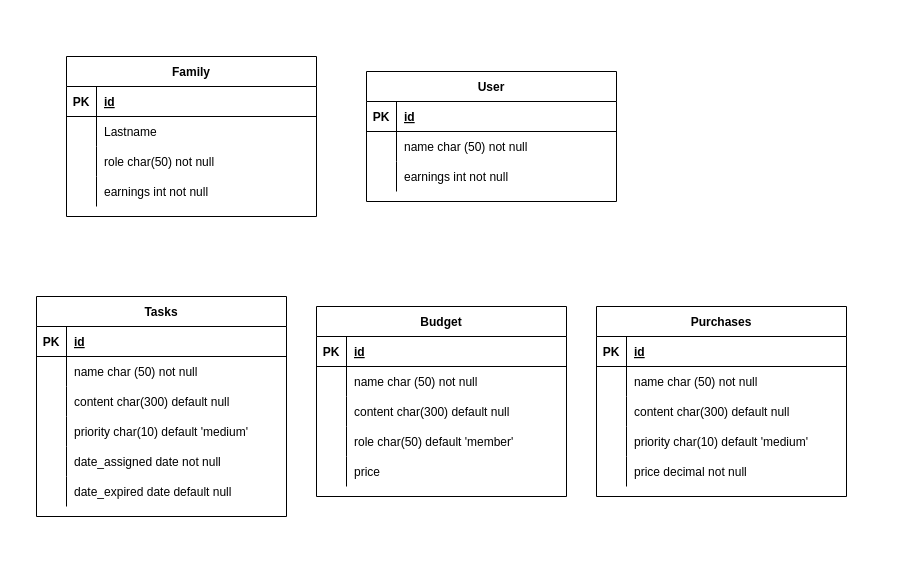
This is Schema.drawio from vittrum/todo, a draw.io file, before an edit. Source tidied: cells renumbered, new cells numbered last; positions are measured from the earlier drawing's top-left corner, leaving out a move shared by most shapes. Both pictures are drawn from the tidied source at 100%, with x=0, y=0 at pixel (36, 56).
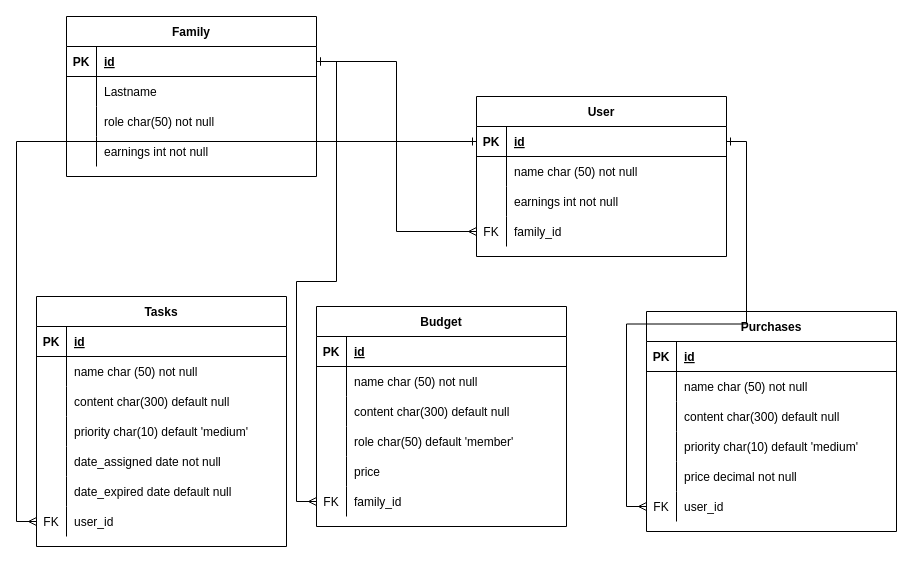
The same diagram, later.

Unchanged cells that the change refers to:
```xml
<mxCell id="54" style="shape=partialRectangle;fillColor=none;points=[[0,0.5],[1,0.5]];portConstraint=eastwest;top=0;left=0;right=0;bottom=1;" parent="53" vertex="1">
  <mxGeometry y="30" width="250" height="30" as="geometry" />
</mxCell>
<mxCell id="64" style="shape=partialRectangle;fillColor=none;points=[[0,0.5],[1,0.5]];portConstraint=eastwest;top=0;left=0;right=0;bottom=1;" parent="63" vertex="1">
  <mxGeometry y="30" width="250" height="30" as="geometry" />
</mxCell>
```

What changed in the source:
```diff
@@
     <mxCell id="2" value="Tasks" style="shape=table;startSize=30;childLayout=tableLayout;rowLines=0;fontStyle=1;align=center;" parent="1" vertex="1">
-      <mxGeometry y="240" width="250" height="220" as="geometry" />
+      <mxGeometry y="240" width="250" height="250" as="geometry" />
     </mxCell>
@@
+    <mxCell id="76" style="shape=partialRectangle;fillColor=none;points=[[0,0.5],[1,0.5]];portConstraint=eastwest;top=0;left=0;right=0;bottom=0;" parent="2" vertex="1">
+      <mxGeometry y="210" width="250" height="30" as="geometry" />
+    </mxCell>
+    <mxCell id="77" value="FK" style="shape=partialRectangle;overflow=hidden;fillColor=none;top=0;left=0;bottom=0;right=0;" parent="76" vertex="1">
+      <mxGeometry width="30" height="30" as="geometry" />
+    </mxCell>
+    <mxCell id="78" value="user_id " style="shape=partialRectangle;overflow=hidden;fillColor=none;top=0;left=0;bottom=0;right=0;align=left;spacingLeft=6;" parent="76" vertex="1">
+      <mxGeometry x="30" width="220" height="30" as="geometry" />
+    </mxCell>
     <mxCell id="21" value="Purchases" style="shape=table;startSize=30;childLayout=tableLayout;rowLines=0;fontStyle=1;align=center;" parent="1" vertex="1">
-      <mxGeometry x="560" y="250" width="250" height="190" as="geometry" />
+      <mxGeometry x="610" y="255" width="250" height="220" as="geometry" />
     </mxCell>
@@
+    <mxCell id="79" style="shape=partialRectangle;fillColor=none;points=[[0,0.5],[1,0.5]];portConstraint=eastwest;top=0;left=0;right=0;bottom=0;" parent="21" vertex="1">
+      <mxGeometry y="180" width="250" height="30" as="geometry" />
+    </mxCell>
+    <mxCell id="80" value="FK" style="shape=partialRectangle;overflow=hidden;fillColor=none;top=0;left=0;bottom=0;right=0;" parent="79" vertex="1">
+      <mxGeometry width="30" height="30" as="geometry" />
+    </mxCell>
+    <mxCell id="81" value="user_id" style="shape=partialRectangle;overflow=hidden;fillColor=none;top=0;left=0;bottom=0;right=0;align=left;spacingLeft=6;" parent="79" vertex="1">
+      <mxGeometry x="30" width="220" height="30" as="geometry" />
+    </mxCell>
     <mxCell id="37" value="Budget" style="shape=table;startSize=30;childLayout=tableLayout;rowLines=0;fontStyle=1;align=center;" parent="1" vertex="1">
-      <mxGeometry x="280" y="250" width="250" height="190" as="geometry" />
+      <mxGeometry x="280" y="250" width="250" height="220" as="geometry" />
     </mxCell>
@@
+    <mxCell id="82" style="shape=partialRectangle;fillColor=none;points=[[0,0.5],[1,0.5]];portConstraint=eastwest;top=0;left=0;right=0;bottom=0;" parent="37" vertex="1">
+      <mxGeometry y="180" width="250" height="30" as="geometry" />
+    </mxCell>
+    <mxCell id="83" value="FK" style="shape=partialRectangle;overflow=hidden;fillColor=none;top=0;left=0;bottom=0;right=0;" parent="82" vertex="1">
+      <mxGeometry width="30" height="30" as="geometry" />
+    </mxCell>
+    <mxCell id="84" value="family_id" style="shape=partialRectangle;overflow=hidden;fillColor=none;top=0;left=0;bottom=0;right=0;align=left;spacingLeft=6;" parent="82" vertex="1">
+      <mxGeometry x="30" width="220" height="30" as="geometry" />
+    </mxCell>
     <mxCell id="53" value="User" style="shape=table;startSize=30;childLayout=tableLayout;rowLines=0;fontStyle=1;align=center;" parent="1" vertex="1">
-      <mxGeometry x="330" y="15" width="250" height="130" as="geometry" />
+      <mxGeometry x="440" y="40" width="250" height="160" as="geometry" />
     </mxCell>
@@
+    <mxCell id="85" style="shape=partialRectangle;fillColor=none;points=[[0,0.5],[1,0.5]];portConstraint=eastwest;top=0;left=0;right=0;bottom=0;" parent="53" vertex="1">
+      <mxGeometry y="120" width="250" height="30" as="geometry" />
+    </mxCell>
+    <mxCell id="86" value="FK" style="shape=partialRectangle;overflow=hidden;fillColor=none;top=0;left=0;bottom=0;right=0;" parent="85" vertex="1">
+      <mxGeometry width="30" height="30" as="geometry" />
+    </mxCell>
+    <mxCell id="87" value="family_id" style="shape=partialRectangle;overflow=hidden;fillColor=none;top=0;left=0;bottom=0;right=0;align=left;spacingLeft=6;" parent="85" vertex="1">
+      <mxGeometry x="30" width="220" height="30" as="geometry" />
+    </mxCell>
     <mxCell id="63" value="Family" style="shape=table;startSize=30;childLayout=tableLayout;rowLines=0;fontStyle=1;align=center;" parent="1" vertex="1">
-      <mxGeometry x="30" width="250" height="160" as="geometry" />
+      <mxGeometry x="30" y="-40" width="250" height="160" as="geometry" />
     </mxCell>
@@
+    <mxCell id="88" style="edgeStyle=orthogonalEdgeStyle;rounded=0;jettySize=auto;html=1;entryX=0;entryY=0.5;entryDx=0;entryDy=0;endArrow=ERmany;endFill=0;startArrow=ERone;startFill=0;" parent="1" edge="1" source="54" target="79">
+      <mxGeometry relative="1" as="geometry" />
+    </mxCell>
+    <mxCell id="89" style="edgeStyle=orthogonalEdgeStyle;rounded=0;jettySize=auto;html=1;entryX=0;entryY=0.5;entryDx=0;entryDy=0;startArrow=ERone;startFill=0;endArrow=ERmany;endFill=0;" parent="1" edge="1" source="64" target="82">
+      <mxGeometry relative="1" as="geometry" />
+    </mxCell>
+    <mxCell id="90" style="edgeStyle=orthogonalEdgeStyle;rounded=0;jettySize=auto;html=1;entryX=0;entryY=0.5;entryDx=0;entryDy=0;startArrow=ERone;startFill=0;endArrow=ERmany;endFill=0;" parent="1" edge="1" source="54" target="76">
+      <mxGeometry relative="1" as="geometry" />
+    </mxCell>
+    <mxCell id="91" style="edgeStyle=orthogonalEdgeStyle;rounded=0;jettySize=auto;html=1;entryX=0;entryY=0.5;entryDx=0;entryDy=0;startArrow=ERone;startFill=0;endArrow=ERmany;endFill=0;" parent="1" edge="1" source="64" target="85">
+      <mxGeometry relative="1" as="geometry" />
+    </mxCell>
```
